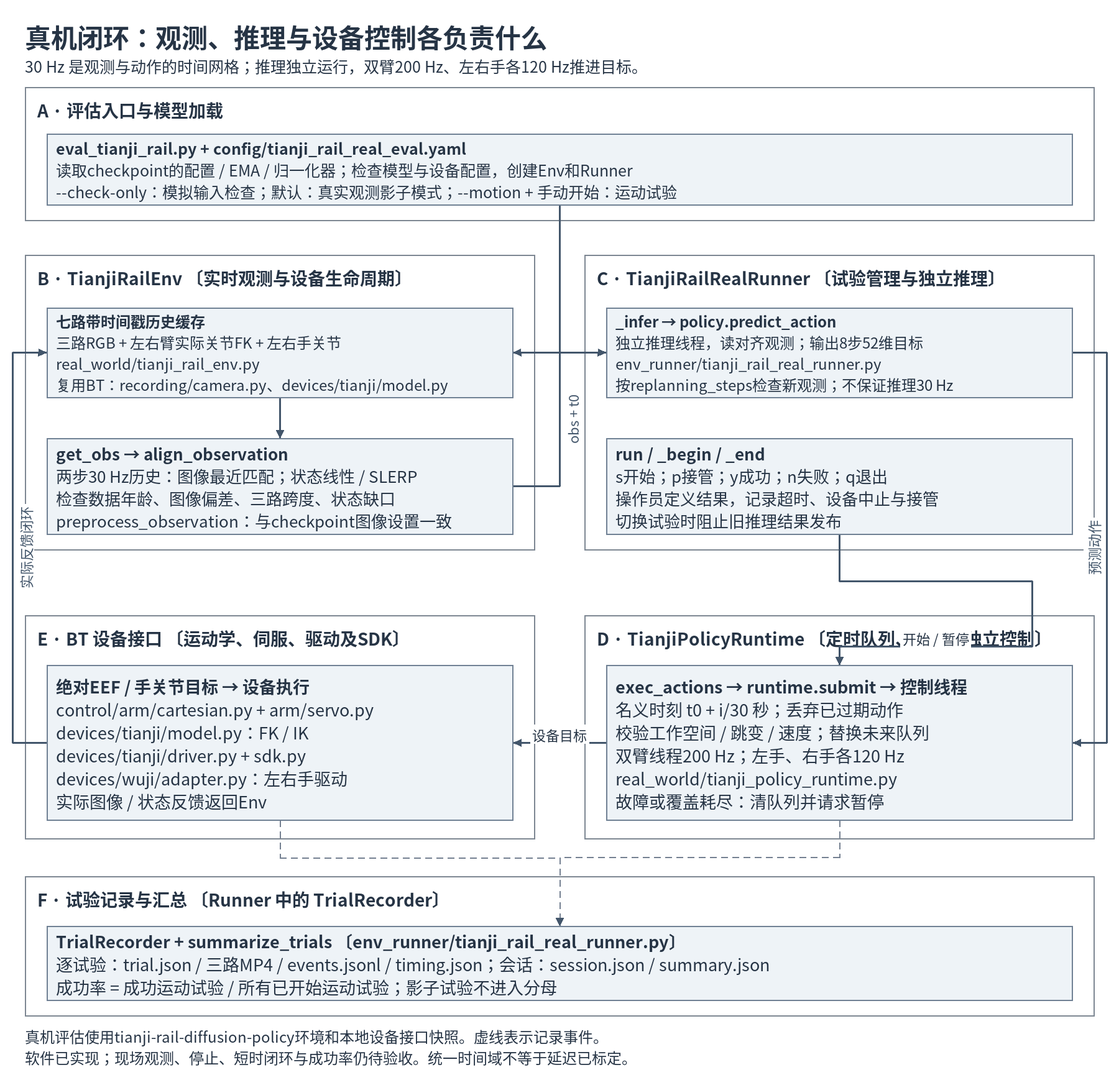
Wang-Yongsen/diffusion_policy keeps this Mermaid diagram as docs/tianji-rail/task_flow_explanation/03-real-loop.png. Above is the earlier version. Its source is kept beside it as docs/tianji-rail/task_flow_explanation/03-real-loop.mmd.
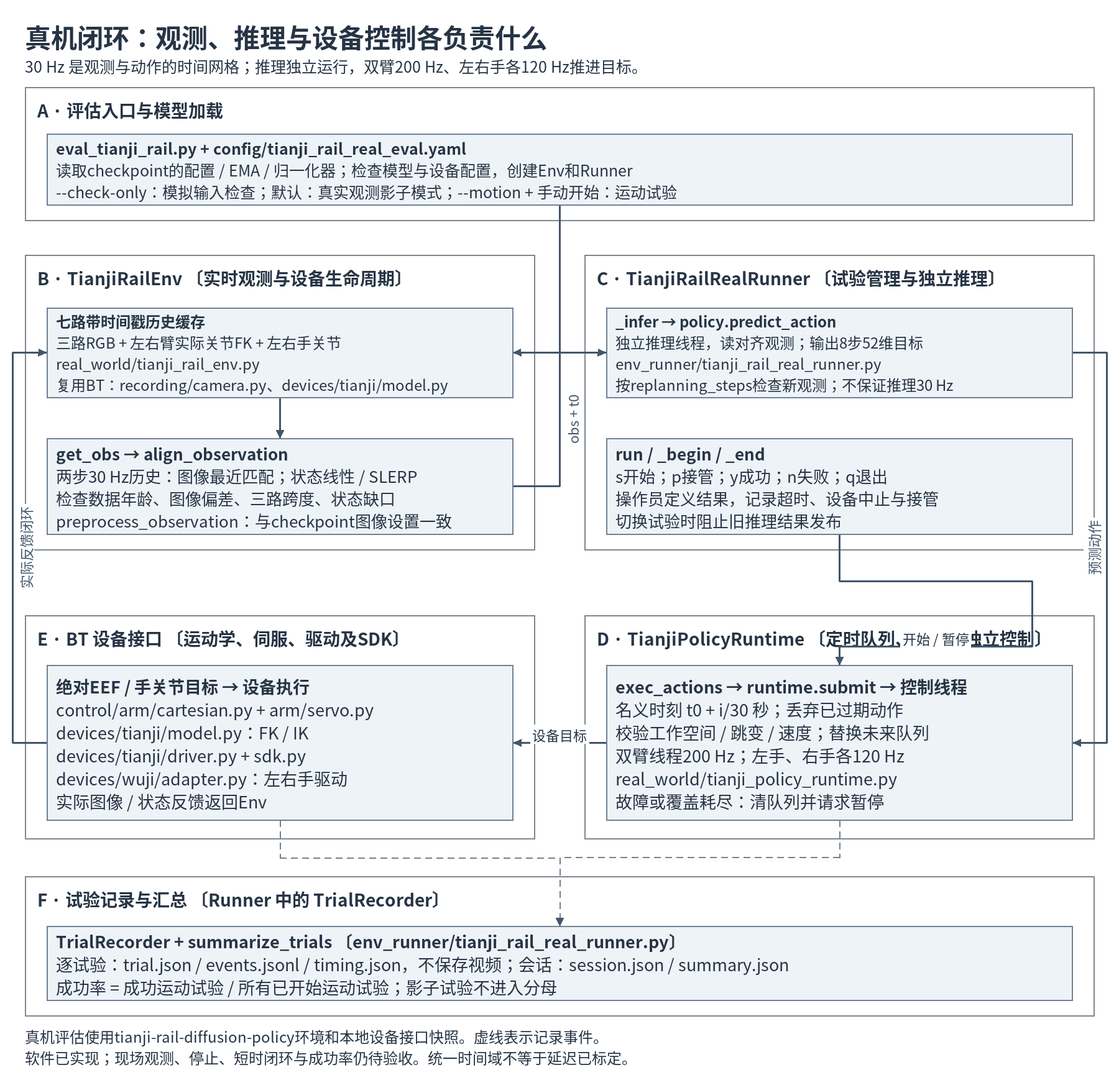
After the commit.

Diff of the diagram source:
```diff
@@ -17,7 +17,7 @@
     devices["绝对EEF / 手关节目标 → 设备执行<br/>control/arm/cartesian.py + arm/servo.py<br/>devices/tianji/model.py：FK / IK<br/>devices/tianji/driver.py + sdk.py<br/>devices/wuji/adapter.py：左右手驱动<br/>实际图像 / 状态反馈返回Env"]
   end
   subgraph record["F · 试验记录与汇总 〔Runner 中的 TrialRecorder〕"]
-    log["TrialRecorder + summarize_trials 〔env_runner/tianji_rail_real_runner.py〕<br/>逐试验：trial.json / 三路MP4 / events.jsonl / timing.json；会话：session.json / summary.json<br/>成功率 = 成功运动试验 / 所有已开始运动试验；影子试验不进入分母"]
+    log["TrialRecorder + summarize_trials 〔env_runner/tianji_rail_real_runner.py〕<br/>逐试验：trial.json / events.jsonl / timing.json，不保存视频；会话：session.json / summary.json<br/>成功率 = 成功运动试验 / 所有已开始运动试验；影子试验不进入分母"]
   end
   entry_n --> history
   entry_n --> infer
```
